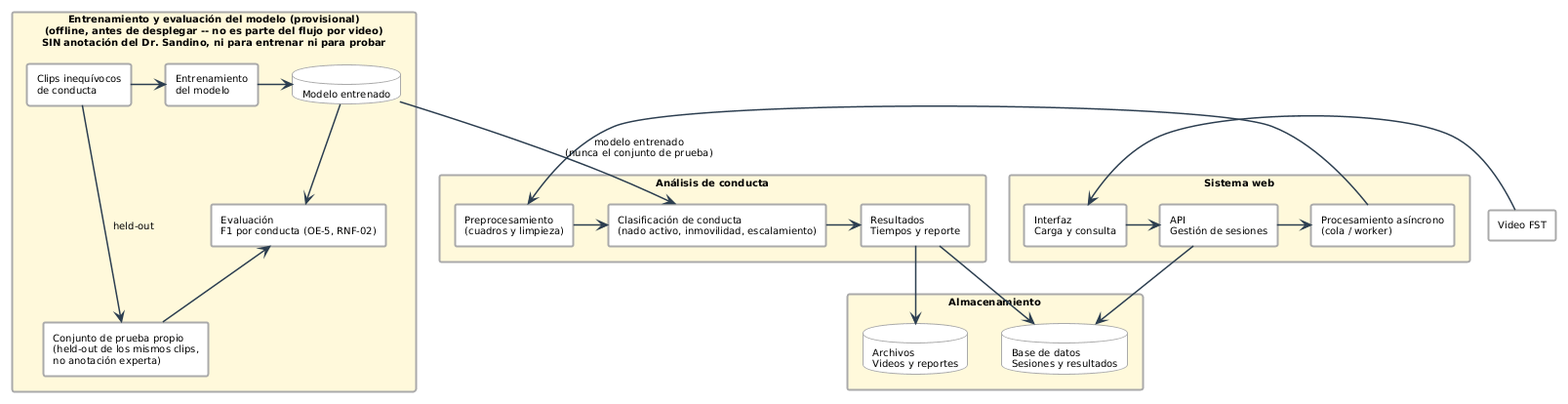
This is figures/mermaid/flujo_general.png from ErickJester/fst-ai-system-latex, a PlantUML export, as it was before one commit.
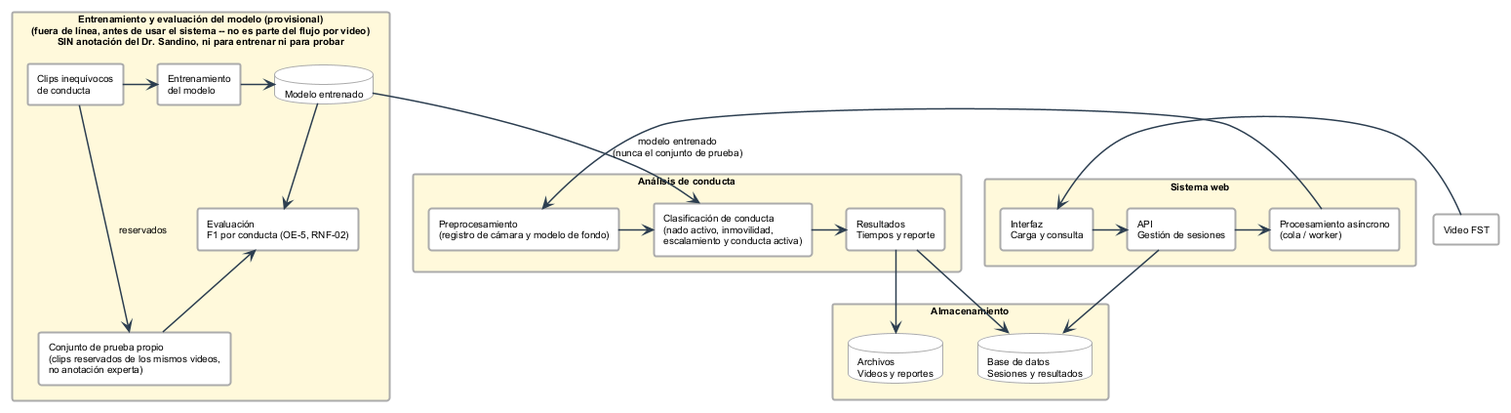
Later version of the same file.

Change to the diagram source:
```diff
@@ -1,4 +1,4 @@
-@startuml
+@startuml flujo_general
 
 !theme plain
 skinparam defaultFontName Arial
@@ -16,15 +16,15 @@
 
 rectangle "Video FST" as VID #FFFFFF
 
-rectangle "Entrenamiento y evaluación del modelo (provisional)\n(offline, antes de desplegar -- no es parte del flujo por video)\nSIN anotación del Dr. Sandino, ni para entrenar ni para probar" as REF #FFF9DB {
+rectangle "Entrenamiento y evaluación del modelo (provisional)\n(fuera de línea, antes de usar el sistema -- no es parte del flujo por video)\nSIN anotación del Dr. Sandino, ni para entrenar ni para probar" as REF #FFF9DB {
   rectangle "Clips inequívocos\nde conducta" as CLIPS
   rectangle "Entrenamiento\ndel modelo" as ENT
   database "Modelo entrenado" as MOD
-  rectangle "Conjunto de prueba propio\n(held-out de los mismos clips,\nno anotación experta)" as TEST
+  rectangle "Conjunto de prueba propio\n(clips reservados de los mismos videos,\nno anotación experta)" as TEST
   rectangle "Evaluación\nF1 por conducta (OE-5, RNF-02)" as EVAL
 
   CLIPS -right-> ENT
-  CLIPS -down-> TEST : "held-out"
+  CLIPS -down-> TEST : "reservados"
   ENT -right-> MOD
   MOD -down-> EVAL
   TEST -up-> EVAL
@@ -40,8 +40,8 @@
 }
 
 rectangle "Análisis de conducta" as CONDUCTA #FFF9DB {
-  rectangle "Preprocesamiento\n(cuadros y limpieza)" as PRE
-  rectangle "Clasificación de conducta\n(nado activo, inmovilidad, escalamiento)" as CLASIF
+  rectangle "Preprocesamiento\n(registro de cámara y modelo de fondo)" as PRE
+  rectangle "Clasificación de conducta\n(nado activo, inmovilidad,\nescalamiento y conducta activa)" as CLASIF
   rectangle "Resultados\nTiempos y reporte" as RES
 
   PRE -right-> CLASIF
@@ -59,4 +59,5 @@
 API -down-> BD
 RES -right-> ARCH
 RES -down-> BD
+
 @enduml
```
